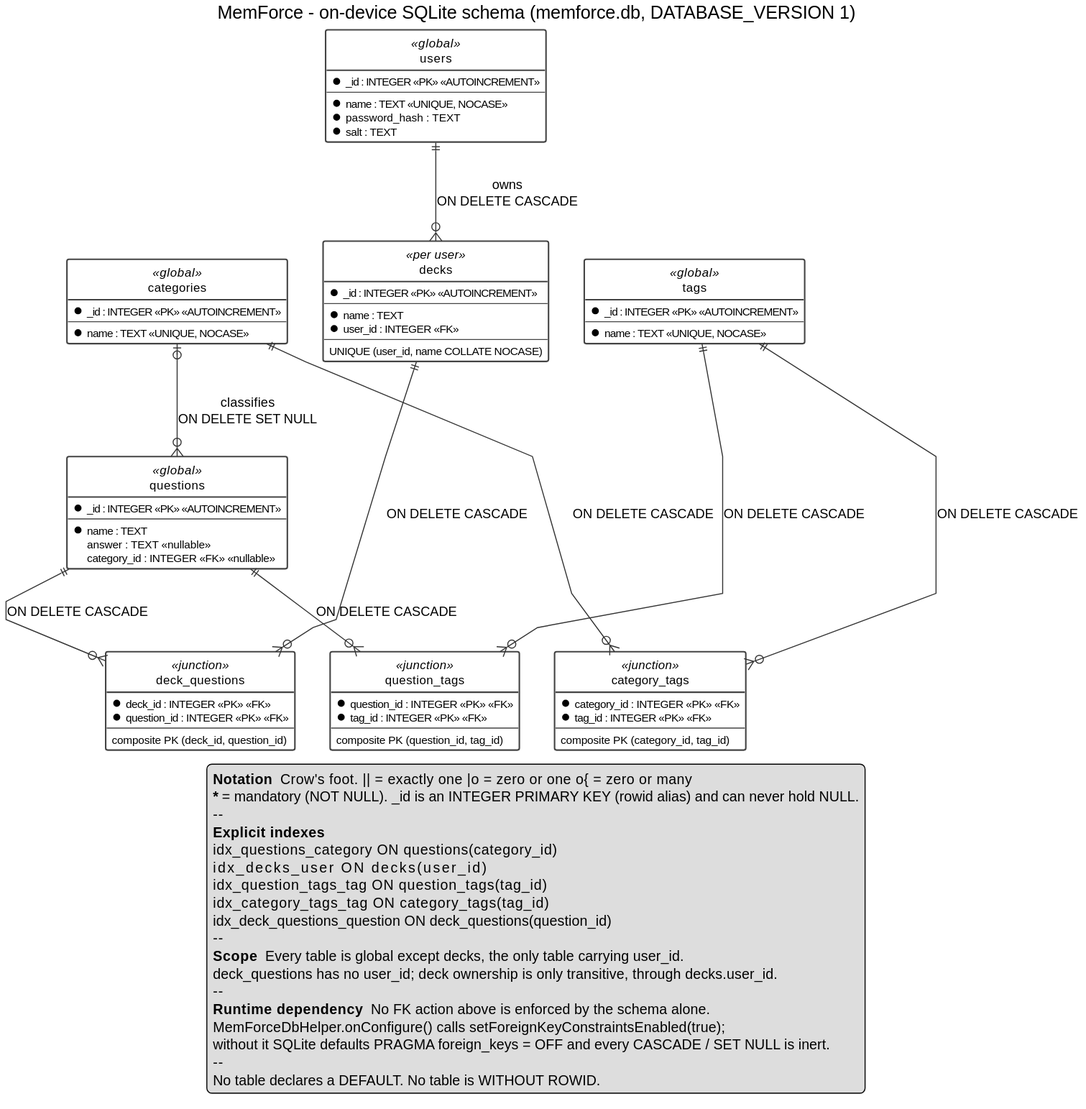
Earlier version of the PlantUML export docs/database/database-erd.svg (dimitrije-cuk/memforce). Its diagram source:
```plantuml
@startuml database-erd

hide circle
skinparam linetype polyline
skinparam shadowing false
skinparam roundcorner 4
skinparam class {
  BackgroundColor White
  BorderColor #444444
  ArrowColor #333333
}

title MemForce - on-device SQLite schema (memforce.db, DATABASE_VERSION 1)

together {
  entity "users" as users <<global>> {
    * _id : INTEGER <<PK>> <<AUTOINCREMENT>>
    --
    * name : TEXT <<UNIQUE, NOCASE>>
    * password_hash : TEXT
    * salt : TEXT
  }
}

together {
  entity "categories" as categories <<global>> {
    * _id : INTEGER <<PK>> <<AUTOINCREMENT>>
    --
    * name : TEXT <<UNIQUE, NOCASE>>
  }

  entity "questions" as questions <<global>> {
    * _id : INTEGER <<PK>> <<AUTOINCREMENT>>
    --
    * name : TEXT
    answer : TEXT <<nullable>>
    category_id : INTEGER <<FK>> <<nullable>>
  }

  entity "tags" as tags <<global>> {
    * _id : INTEGER <<PK>> <<AUTOINCREMENT>>
    --
    * name : TEXT <<UNIQUE, NOCASE>>
  }

  entity "decks" as decks <<per user>> {
    * _id : INTEGER <<PK>> <<AUTOINCREMENT>>
    --
    * name : TEXT
    * user_id : INTEGER <<FK>>
    --
    UNIQUE (user_id, name COLLATE NOCASE)
  }
}

together {
  entity "question_tags" as question_tags <<junction>> {
    * question_id : INTEGER <<PK>> <<FK>>
    * tag_id : INTEGER <<PK>> <<FK>>
    --
    composite PK (question_id, tag_id)
  }

  entity "category_tags" as category_tags <<junction>> {
    * category_id : INTEGER <<PK>> <<FK>>
    * tag_id : INTEGER <<PK>> <<FK>>
    --
    composite PK (category_id, tag_id)
  }

  entity "deck_questions" as deck_questions <<junction>> {
    * deck_id : INTEGER <<PK>> <<FK>>
    * question_id : INTEGER <<PK>> <<FK>>
    --
    composite PK (deck_id, question_id)
  }
}

users ||--o{ decks : "owns\nON DELETE CASCADE"

categories |o--o{ questions : "classifies\nON DELETE SET NULL"

questions ||--o{ question_tags : "ON DELETE CASCADE"
tags      ||--o{ question_tags : "ON DELETE CASCADE"

categories ||--o{ category_tags : "ON DELETE CASCADE"
tags       ||--o{ category_tags : "ON DELETE CASCADE"

decks     ||--o{ deck_questions : "ON DELETE CASCADE"
questions ||--o{ deck_questions : "ON DELETE CASCADE"

legend bottom
  <b>Notation</b>  Crow's foot.  || = exactly one   |o = zero or one   o{ = zero or many
  <b>*</b> = mandatory (NOT NULL).  _id is an INTEGER PRIMARY KEY (rowid alias) and can never hold NULL.
  --
  <b>Explicit indexes</b>
  idx_questions_category      ON questions(category_id)
  idx_decks_user              ON decks(user_id)
  idx_question_tags_tag       ON question_tags(tag_id)
  idx_category_tags_tag       ON category_tags(tag_id)
  idx_deck_questions_question ON deck_questions(question_id)
  --
  <b>Scope</b>  Every table is global except decks, the only table carrying user_id.
  deck_questions has no user_id; deck ownership is only transitive, through decks.user_id.
  --
  <b>Runtime dependency</b>  No FK action above is enforced by the schema alone.
  MemForceDbHelper.onConfigure() calls setForeignKeyConstraintsEnabled(true);
  without it SQLite defaults PRAGMA foreign_keys = OFF and every CASCADE / SET NULL is inert.
  --
  No table declares a DEFAULT. No table is WITHOUT ROWID.
endlegend

@enduml
```
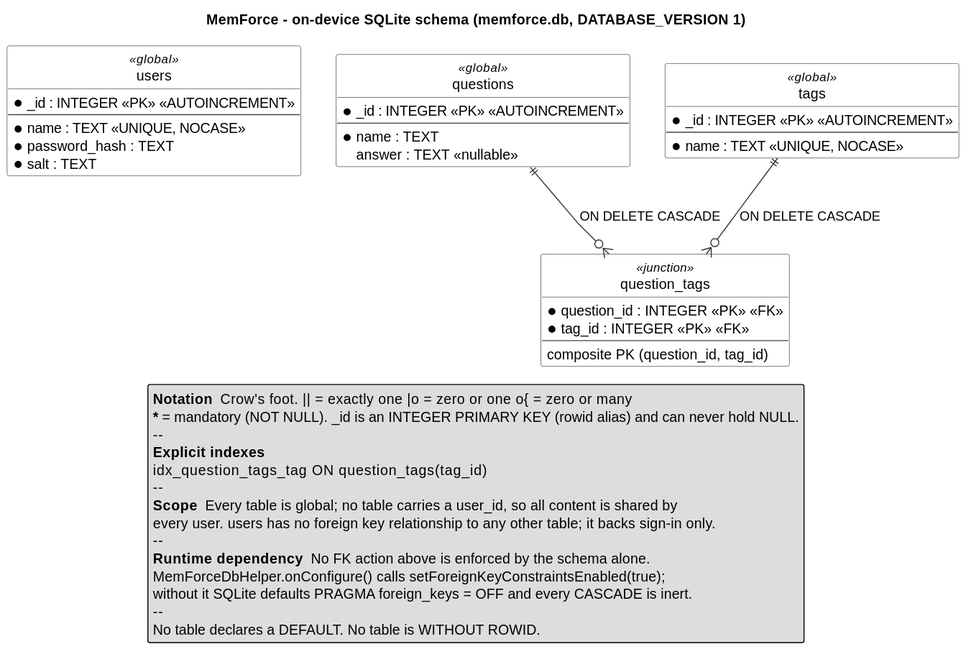
The same file after the commit.

Change to the diagram source:
```diff
@@ -1,4 +1,4 @@
-@startuml database-erd
+@startuml
 
 hide circle
 skinparam linetype polyline
@@ -23,33 +23,17 @@
 }
 
 together {
-  entity "categories" as categories <<global>> {
-    * _id : INTEGER <<PK>> <<AUTOINCREMENT>>
-    --
-    * name : TEXT <<UNIQUE, NOCASE>>
-  }
-
   entity "questions" as questions <<global>> {
     * _id : INTEGER <<PK>> <<AUTOINCREMENT>>
     --
     * name : TEXT
     answer : TEXT <<nullable>>
-    category_id : INTEGER <<FK>> <<nullable>>
   }
 
   entity "tags" as tags <<global>> {
     * _id : INTEGER <<PK>> <<AUTOINCREMENT>>
     --
     * name : TEXT <<UNIQUE, NOCASE>>
-  }
-
-  entity "decks" as decks <<per user>> {
-    * _id : INTEGER <<PK>> <<AUTOINCREMENT>>
-    --
-    * name : TEXT
-    * user_id : INTEGER <<FK>>
-    --
-    UNIQUE (user_id, name COLLATE NOCASE)
   }
 }
 
@@ -60,54 +44,25 @@
     --
     composite PK (question_id, tag_id)
   }
-
-  entity "category_tags" as category_tags <<junction>> {
-    * category_id : INTEGER <<PK>> <<FK>>
-    * tag_id : INTEGER <<PK>> <<FK>>
-    --
-    composite PK (category_id, tag_id)
-  }
-
-  entity "deck_questions" as deck_questions <<junction>> {
-    * deck_id : INTEGER <<PK>> <<FK>>
-    * question_id : INTEGER <<PK>> <<FK>>
-    --
-    composite PK (deck_id, question_id)
-  }
 }
-
-users ||--o{ decks : "owns\nON DELETE CASCADE"
-
-categories |o--o{ questions : "classifies\nON DELETE SET NULL"
 
 questions ||--o{ question_tags : "ON DELETE CASCADE"
 tags      ||--o{ question_tags : "ON DELETE CASCADE"
-
-categories ||--o{ category_tags : "ON DELETE CASCADE"
-tags       ||--o{ category_tags : "ON DELETE CASCADE"
-
-decks     ||--o{ deck_questions : "ON DELETE CASCADE"
-questions ||--o{ deck_questions : "ON DELETE CASCADE"
 
 legend bottom
   <b>Notation</b>  Crow's foot.  || = exactly one   |o = zero or one   o{ = zero or many
   <b>*</b> = mandatory (NOT NULL).  _id is an INTEGER PRIMARY KEY (rowid alias) and can never hold NULL.
   --
   <b>Explicit indexes</b>
-  idx_questions_category      ON questions(category_id)
-  idx_decks_user              ON decks(user_id)
   idx_question_tags_tag       ON question_tags(tag_id)
-  idx_category_tags_tag       ON category_tags(tag_id)
-  idx_deck_questions_question ON deck_questions(question_id)
   --
-  <b>Scope</b>  Every table is global except decks, the only table carrying user_id.
-  deck_questions has no user_id; deck ownership is only transitive, through decks.user_id.
+  <b>Scope</b>  Every table is global; no table carries a user_id, so all content is shared by
+  every user. users has no foreign key relationship to any other table; it backs sign-in only.
   --
   <b>Runtime dependency</b>  No FK action above is enforced by the schema alone.
   MemForceDbHelper.onConfigure() calls setForeignKeyConstraintsEnabled(true);
-  without it SQLite defaults PRAGMA foreign_keys = OFF and every CASCADE / SET NULL is inert.
+  without it SQLite defaults PRAGMA foreign_keys = OFF and every CASCADE is inert.
   --
   No table declares a DEFAULT. No table is WITHOUT ROWID.
 endlegend
-
 @enduml
```
